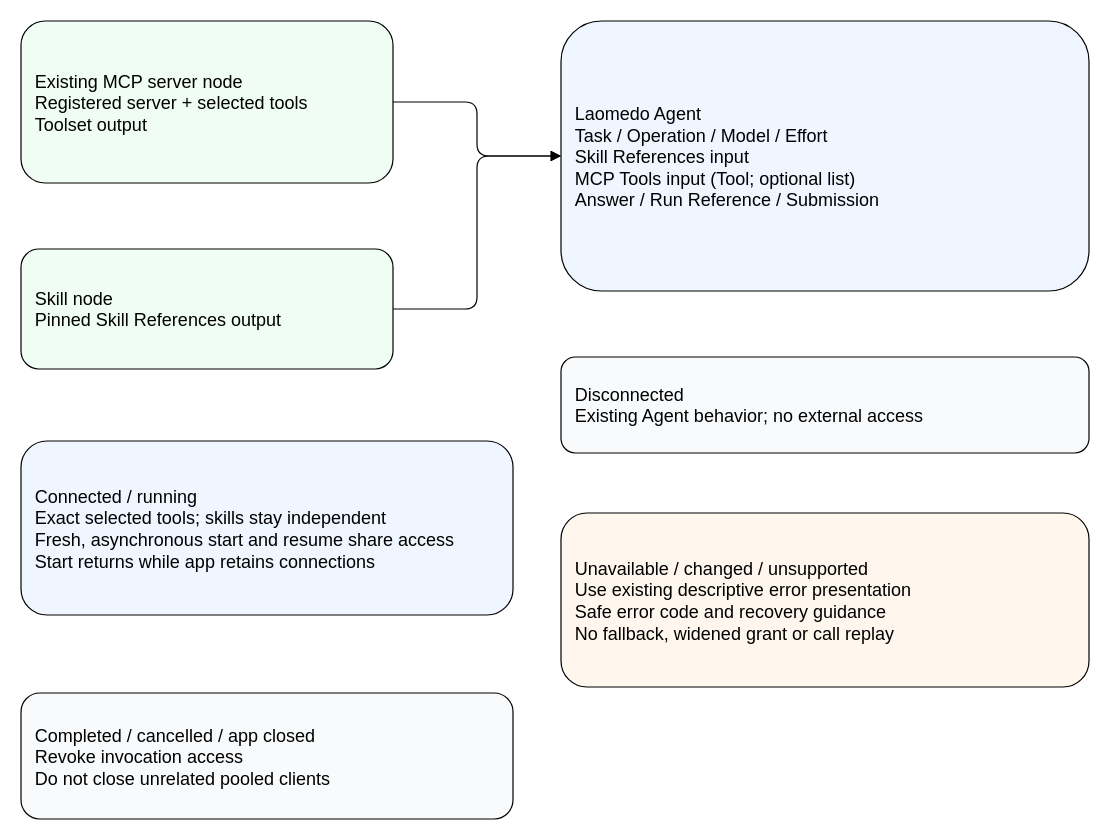
amadou-6e/specs keeps this draw.io diagram as page "MCP Toolset connections - issue 280" (2 of 2) of projects/laomedo/subsystems/agent-execution/design/agent-node-controls.drawio. Above is the earlier version. Source tidied: cells renumbered, new cells numbered last; positions are measured from the earlier drawing's top-left corner, leaving out a move shared by most shapes. Both pictures are drawn from the tidied source at 120%, with x=0, y=0 at pixel (20, 20).
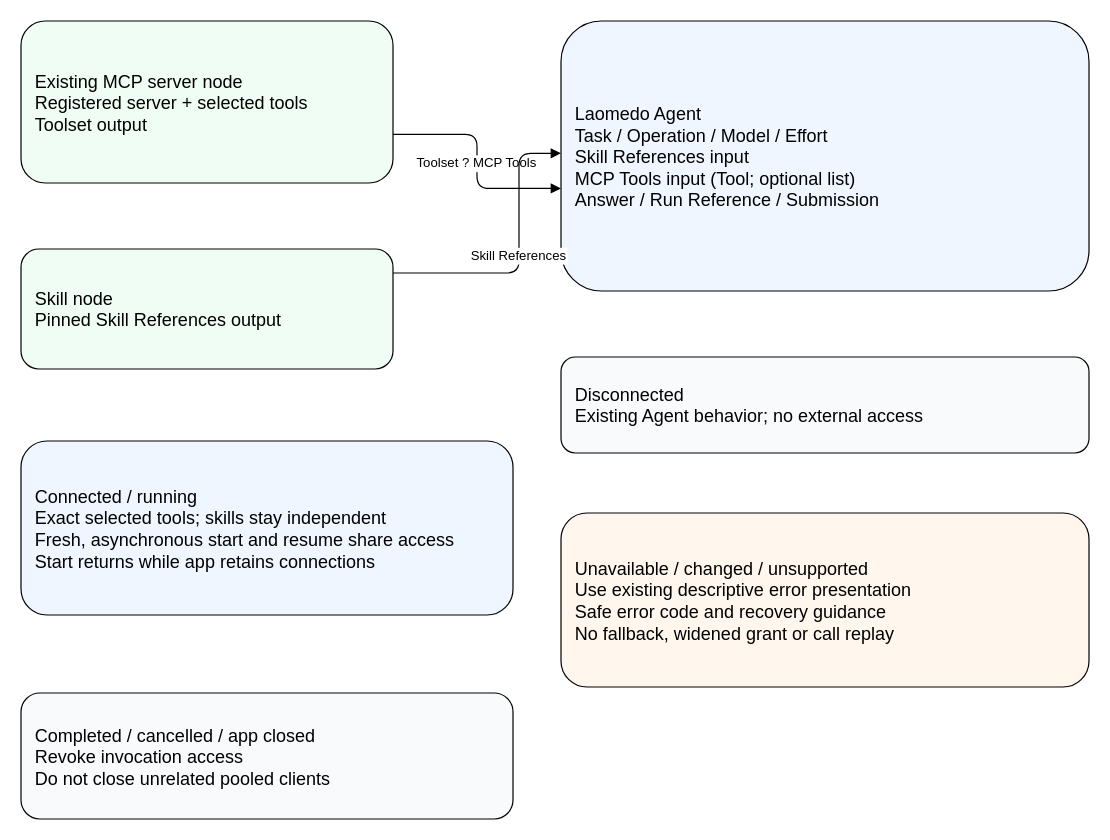
The same diagram, later.

Commit message (it also covers changes not shown here):
Distinguish MCP and Skill input connections in design

What changed in the source:
```diff
@@
 <mxGraphModel>
   <root>
     <mxCell id="0" />
     <mxCell id="1" parent="0" />
     <mxCell id="2" value="Existing MCP server node&#10;Registered server + selected tools&#10;Toolset output" style="rounded=1;whiteSpace=wrap;html=0;fillColor=#f0fdf4;fontSize=15;align=left;spacing=12;" parent="1" vertex="1">
       <mxGeometry width="310" height="135" as="geometry" />
     </mxCell>
     <mxCell id="3" value="Skill node&#10;Pinned Skill References output" style="rounded=1;whiteSpace=wrap;html=0;fillColor=#f0fdf4;fontSize=15;align=left;spacing=12;" parent="1" vertex="1">
       <mxGeometry y="190" width="310" height="100" as="geometry" />
     </mxCell>
     <mxCell id="4" value="Laomedo Agent&#10;Task / Operation / Model / Effort&#10;Skill References input&#10;MCP Tools input (Tool; optional list)&#10;Answer / Run Reference / Submission" style="rounded=1;whiteSpace=wrap;html=0;fillColor=#eff6ff;fontSize=15;align=left;spacing=12;" parent="1" vertex="1">
       <mxGeometry x="450" width="440" height="225" as="geometry" />
     </mxCell>
     <mxCell id="5" value="Disconnected&#10;Existing Agent behavior; no external access" style="rounded=1;whiteSpace=wrap;html=0;fillColor=#f8fafc;fontSize=15;align=left;spacing=12;" parent="1" vertex="1">
       <mxGeometry x="450" y="280" width="440" height="80" as="geometry" />
     </mxCell>
     <mxCell id="6" value="Connected / running&#10;Exact selected tools; skills stay independent&#10;Fresh, asynchronous start and resume share access&#10;Start returns while app retains connections" style="rounded=1;whiteSpace=wrap;html=0;fillColor=#eff6ff;fontSize=15;align=left;spacing=12;" parent="1" vertex="1">
       <mxGeometry y="350" width="410" height="145" as="geometry" />
     </mxCell>
     <mxCell id="7" value="Unavailable / changed / unsupported&#10;Use existing descriptive error presentation&#10;Safe error code and recovery guidance&#10;No fallback, widened grant or call replay" style="rounded=1;whiteSpace=wrap;html=0;fillColor=#fff7ed;fontSize=15;align=left;spacing=12;" parent="1" vertex="1">
       <mxGeometry x="450" y="410" width="440" height="145" as="geometry" />
     </mxCell>
     <mxCell id="8" value="Completed / cancelled / app closed&#10;Revoke invocation access&#10;Do not close unrelated pooled clients" style="rounded=1;whiteSpace=wrap;html=0;fillColor=#f8fafc;fontSize=15;align=left;spacing=12;" parent="1" vertex="1">
       <mxGeometry y="560" width="410" height="105" as="geometry" />
     </mxCell>
-    <mxCell id="9" style="edgeStyle=orthogonalEdgeStyle;endArrow=block;" parent="1" edge="1" source="2" target="4">
-      <mxGeometry relative="1" as="geometry" />
+    <mxCell id="9" value="Toolset ? MCP Tools" style="edgeStyle=orthogonalEdgeStyle;endArrow=block;exitX=1;exitY=0.7;entryX=0;entryY=0.62;fontSize=11;labelBackgroundColor=#ffffff;" parent="1" edge="1" source="2" target="4">
+      <mxGeometry relative="1" as="geometry">
+        <Array as="points">
+          <mxPoint x="380" y="94" />
+        </Array>
+      </mxGeometry>
     </mxCell>
-    <mxCell id="10" style="edgeStyle=orthogonalEdgeStyle;endArrow=block;" parent="1" edge="1" source="3" target="4">
-      <mxGeometry relative="1" as="geometry" />
+    <mxCell id="10" value="Skill References" style="edgeStyle=orthogonalEdgeStyle;endArrow=block;exitX=1;exitY=0.2;entryX=0;entryY=0.49;fontSize=11;labelBackgroundColor=#ffffff;" parent="1" edge="1" source="3" target="4">
+      <mxGeometry relative="1" as="geometry">
+        <Array as="points">
+          <mxPoint x="415" y="210" />
+        </Array>
+      </mxGeometry>
     </mxCell>
   </root>
 </mxGraphModel>
```
